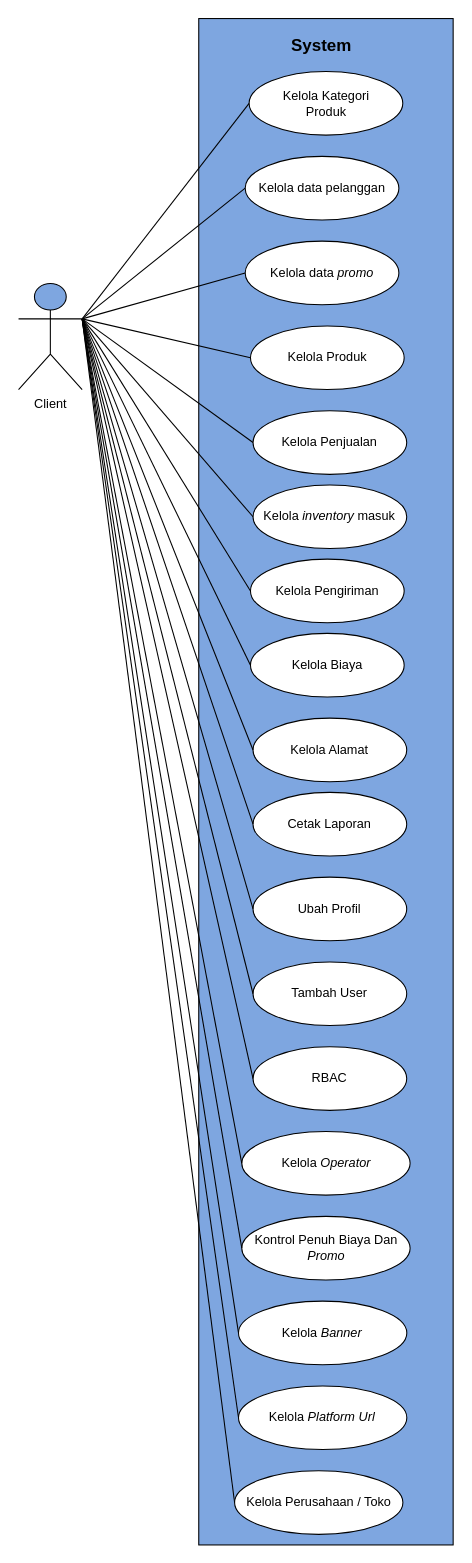
Before: Boundary System Client.drawio in Simasco/diagram, a draw.io diagram. Source tidied: cells renumbered, new cells numbered last; positions are measured from the earlier drawing's top-left corner, leaving out a move shared by most shapes. Both pictures are drawn from the tidied source at 106%, with x=0, y=0 at pixel (18, 18).
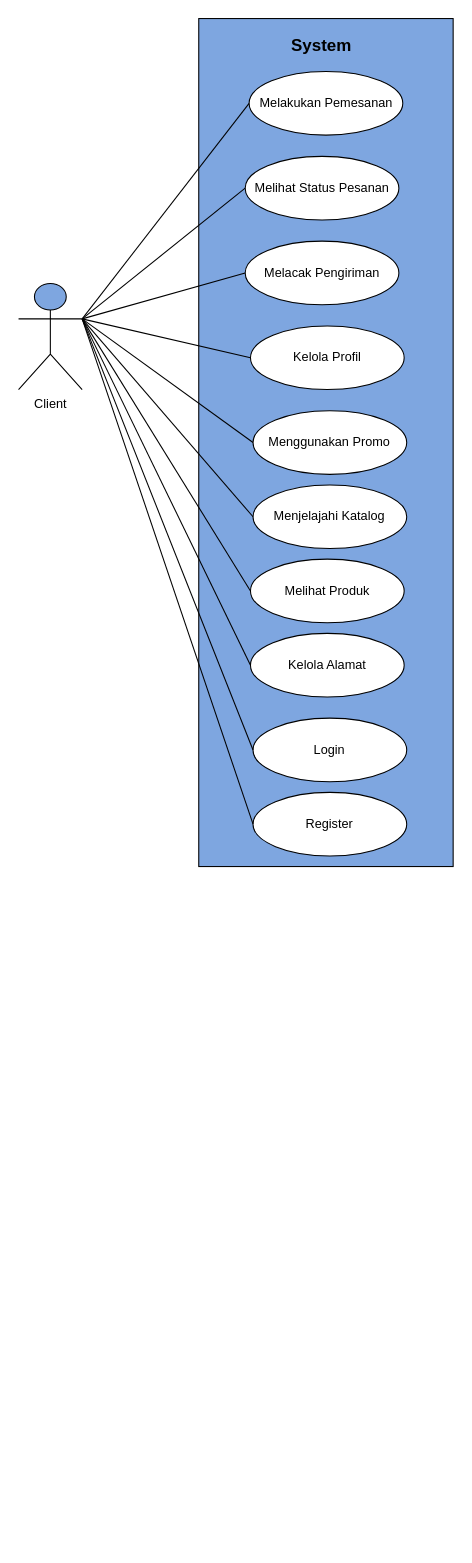
The same diagram, later.

The change refers to these unchanged cells:
```xml
<mxCell id="18" value="Client" style="shape=umlActor;verticalLabelPosition=bottom;verticalAlign=top;html=1;outlineConnect=0;fillColor=#7EA6E0;" parent="1" vertex="1">
  <mxGeometry y="250" width="60" height="100" as="geometry" />
</mxCell>
```

The edit, as a diff of the source:
```diff
@@
     <mxCell id="2" style="rounded=0;whiteSpace=wrap;html=1;fillColor=#7EA6E0;" parent="1" vertex="1">
-      <mxGeometry x="170" width="240" height="1440" as="geometry" />
+      <mxGeometry x="170" width="240" height="800" as="geometry" />
     </mxCell>
-    <mxCell id="3" value="Kelola Kategori&lt;div&gt;Produk&lt;/div&gt;" style="ellipse;whiteSpace=wrap;html=1;" parent="1" vertex="1">
+    <mxCell id="3" value="Melakukan Pemesanan" style="ellipse;whiteSpace=wrap;html=1;" parent="1" vertex="1">
       <mxGeometry x="217.5" y="50" width="145" height="60" as="geometry" />
     </mxCell>
-    <mxCell id="4" value="Kelola data pelanggan" style="ellipse;whiteSpace=wrap;html=1;" parent="1" vertex="1">
+    <mxCell id="4" value="Melihat Status Pesanan" style="ellipse;whiteSpace=wrap;html=1;" parent="1" vertex="1">
       <mxGeometry x="213.8" y="130" width="145" height="60" as="geometry" />
     </mxCell>
-    <mxCell id="5" value="Kelola &lt;i&gt;inventory&lt;/i&gt;&amp;nbsp;masuk" style="ellipse;whiteSpace=wrap;html=1;" parent="1" vertex="1">
+    <mxCell id="5" value="Menjelajahi Katalog" style="ellipse;whiteSpace=wrap;html=1;" parent="1" vertex="1">
       <mxGeometry x="221.2" y="440" width="145" height="60" as="geometry" />
     </mxCell>
-    <mxCell id="6" value="Kelola Penjualan" style="ellipse;whiteSpace=wrap;html=1;" parent="1" vertex="1">
+    <mxCell id="6" value="Menggunakan Promo" style="ellipse;whiteSpace=wrap;html=1;" parent="1" vertex="1">
       <mxGeometry x="221.2" y="370" width="145" height="60" as="geometry" />
     </mxCell>
-    <mxCell id="7" value="Kelola Pengiriman" style="ellipse;whiteSpace=wrap;html=1;" parent="1" vertex="1">
+    <mxCell id="7" value="Melihat Produk" style="ellipse;whiteSpace=wrap;html=1;" parent="1" vertex="1">
       <mxGeometry x="218.8" y="510" width="145" height="60" as="geometry" />
     </mxCell>
-    <mxCell id="8" value="Cetak Laporan" style="ellipse;whiteSpace=wrap;html=1;" parent="1" vertex="1">
+    <mxCell id="8" value="Register" style="ellipse;whiteSpace=wrap;html=1;" parent="1" vertex="1">
       <mxGeometry x="221.2" y="730" width="145" height="60" as="geometry" />
     </mxCell>
-    <mxCell id="9" value="Ubah Profil" style="ellipse;whiteSpace=wrap;html=1;" parent="1" vertex="1">
-      <mxGeometry x="221.2" y="810" width="145" height="60" as="geometry" />
-    </mxCell>
-    <mxCell id="10" value="Tambah User" style="ellipse;whiteSpace=wrap;html=1;" parent="1" vertex="1">
-      <mxGeometry x="221.2" y="890" width="145" height="60" as="geometry" />
-    </mxCell>
-    <mxCell id="11" value="RBAC" style="ellipse;whiteSpace=wrap;html=1;" parent="1" vertex="1">
-      <mxGeometry x="221.2" y="970" width="145" height="60" as="geometry" />
-    </mxCell>
-    <mxCell id="12" value="Kelola data &lt;i&gt;promo&lt;/i&gt;" style="ellipse;whiteSpace=wrap;html=1;" parent="1" vertex="1">
+    <mxCell id="12" value="Melacak Pengiriman" style="ellipse;whiteSpace=wrap;html=1;" parent="1" vertex="1">
       <mxGeometry x="213.8" y="210" width="145" height="60" as="geometry" />
     </mxCell>
@@
-    <mxCell id="14" value="Kelola Produk" style="ellipse;whiteSpace=wrap;html=1;" parent="1" vertex="1">
+    <mxCell id="14" value="Kelola Profil" style="ellipse;whiteSpace=wrap;html=1;" parent="1" vertex="1">
       <mxGeometry x="218.8" y="290" width="145" height="60" as="geometry" />
     </mxCell>
-    <mxCell id="15" value="Kelola Biaya" style="ellipse;whiteSpace=wrap;html=1;" parent="1" vertex="1">
+    <mxCell id="15" value="Kelola Alamat" style="ellipse;whiteSpace=wrap;html=1;" parent="1" vertex="1">
       <mxGeometry x="218.8" y="580" width="145" height="60" as="geometry" />
     </mxCell>
-    <mxCell id="16" value="Kelola Alamat" style="ellipse;whiteSpace=wrap;html=1;" parent="1" vertex="1">
+    <mxCell id="16" value="Login" style="ellipse;whiteSpace=wrap;html=1;" parent="1" vertex="1">
       <mxGeometry x="221.2" y="660" width="145" height="60" as="geometry" />
     </mxCell>
@@
-    <mxCell id="28" style="rounded=0;jettySize=auto;html=1;exitX=1;exitY=0.3333333333333333;exitDx=0;exitDy=0;exitPerimeter=0;entryX=0;entryY=0.5;entryDx=0;entryDy=0;endArrow=none;endFill=0;" parent="1" edge="1" source="18" target="9">
-      <mxGeometry relative="1" as="geometry" />
-    </mxCell>
-    <mxCell id="29" style="rounded=0;jettySize=auto;html=1;exitX=1;exitY=0.3333333333333333;exitDx=0;exitDy=0;exitPerimeter=0;entryX=0;entryY=0.5;entryDx=0;entryDy=0;endArrow=none;endFill=0;" parent="1" edge="1" source="18" target="10">
-      <mxGeometry relative="1" as="geometry" />
-    </mxCell>
-    <mxCell id="30" style="rounded=0;jettySize=auto;html=1;exitX=1;exitY=0.3333333333333333;exitDx=0;exitDy=0;exitPerimeter=0;entryX=0;entryY=0.5;entryDx=0;entryDy=0;endArrow=none;endFill=0;" parent="1" edge="1" source="18" target="11">
-      <mxGeometry relative="1" as="geometry" />
-    </mxCell>
-    <mxCell id="31" value="Kelola &lt;i&gt;Operator&lt;/i&gt;" style="ellipse;whiteSpace=wrap;html=1;" parent="1" vertex="1">
-      <mxGeometry x="210.6" y="1050" width="158.8" height="60" as="geometry" />
-    </mxCell>
-    <mxCell id="32" style="rounded=0;jettySize=auto;html=1;exitX=1;exitY=0.3333333333333333;exitDx=0;exitDy=0;exitPerimeter=0;entryX=0;entryY=0.5;entryDx=0;entryDy=0;endArrow=none;endFill=0;" parent="1" edge="1" source="18" target="31">
-      <mxGeometry relative="1" as="geometry" />
-    </mxCell>
-    <mxCell id="33" value="Kontrol Penuh Biaya Dan &lt;i&gt;Promo&lt;/i&gt;" style="ellipse;whiteSpace=wrap;html=1;" parent="1" vertex="1">
-      <mxGeometry x="210.6" y="1130" width="158.8" height="60" as="geometry" />
-    </mxCell>
-    <mxCell id="34" value="Kelola &lt;i&gt;Banner&lt;/i&gt;" style="ellipse;whiteSpace=wrap;html=1;" parent="1" vertex="1">
-      <mxGeometry x="207.5" y="1210" width="158.8" height="60" as="geometry" />
-    </mxCell>
-    <mxCell id="35" value="Kelola &lt;i&gt;Platform Url&lt;/i&gt;" style="ellipse;whiteSpace=wrap;html=1;" parent="1" vertex="1">
-      <mxGeometry x="207.5" y="1290" width="158.8" height="60" as="geometry" />
-    </mxCell>
-    <mxCell id="36" value="Kelola Perusahaan / Toko" style="ellipse;whiteSpace=wrap;html=1;" parent="1" vertex="1">
-      <mxGeometry x="203.8" y="1370" width="158.8" height="60" as="geometry" />
-    </mxCell>
-    <mxCell id="37" style="rounded=0;jettySize=auto;html=1;exitX=1;exitY=0.3333333333333333;exitDx=0;exitDy=0;exitPerimeter=0;entryX=0;entryY=0.5;entryDx=0;entryDy=0;endArrow=none;endFill=0;" parent="1" edge="1" source="18" target="33">
-      <mxGeometry relative="1" as="geometry" />
-    </mxCell>
-    <mxCell id="38" style="rounded=0;jettySize=auto;html=1;exitX=1;exitY=0.3333333333333333;exitDx=0;exitDy=0;exitPerimeter=0;entryX=0;entryY=0.5;entryDx=0;entryDy=0;endArrow=none;endFill=0;" parent="1" edge="1" source="18" target="34">
-      <mxGeometry relative="1" as="geometry" />
-    </mxCell>
-    <mxCell id="39" style="rounded=0;jettySize=auto;html=1;exitX=1;exitY=0.3333333333333333;exitDx=0;exitDy=0;exitPerimeter=0;entryX=0;entryY=0.5;entryDx=0;entryDy=0;endArrow=none;endFill=0;" parent="1" edge="1" source="18" target="35">
-      <mxGeometry relative="1" as="geometry" />
-    </mxCell>
-    <mxCell id="40" style="rounded=0;jettySize=auto;html=1;exitX=1;exitY=0.3333333333333333;exitDx=0;exitDy=0;exitPerimeter=0;entryX=0;entryY=0.5;entryDx=0;entryDy=0;endArrow=none;endFill=0;" parent="1" edge="1" source="18" target="36">
-      <mxGeometry relative="1" as="geometry" />
-    </mxCell>
```
